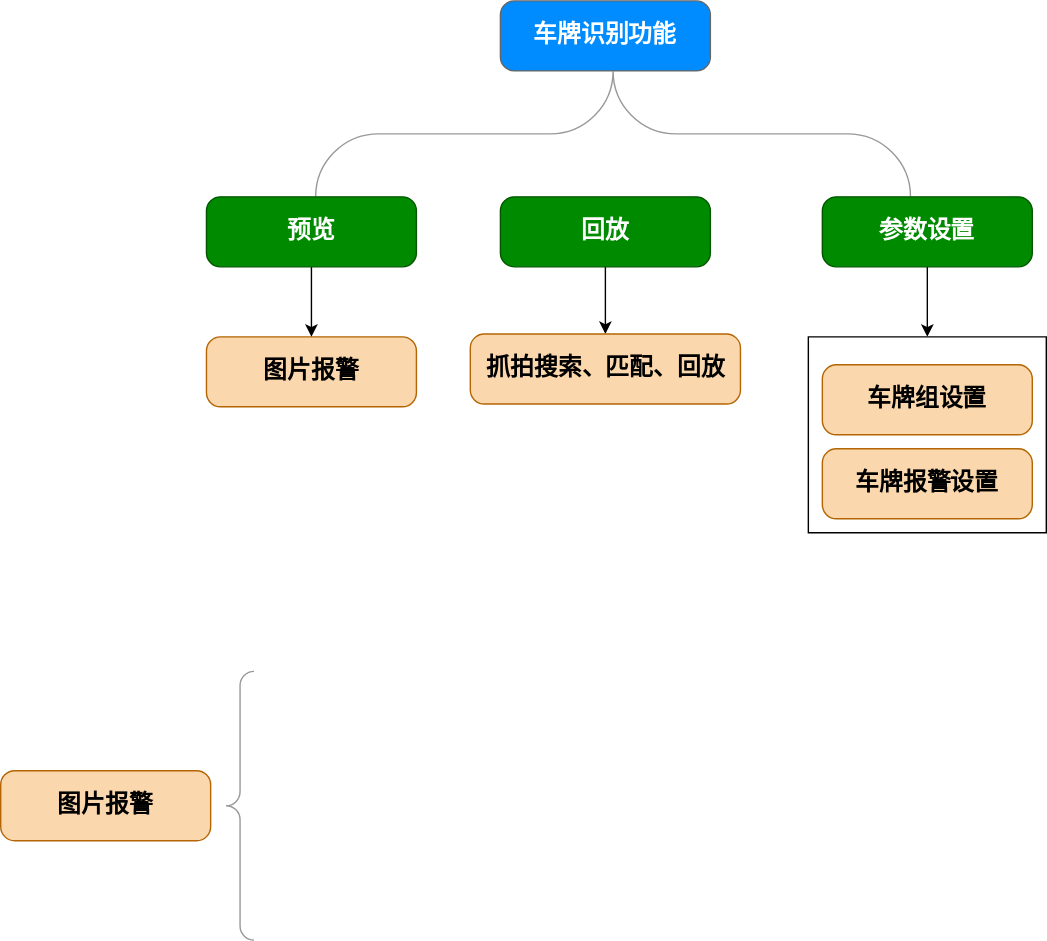
Earlier version of the draw.io export 车牌识别.svg (wing-cen/testPage). Source tidied: cells renumbered, new cells last; positions are measured from the earlier drawing's top-left corner, leaving out a move shared by most shapes.
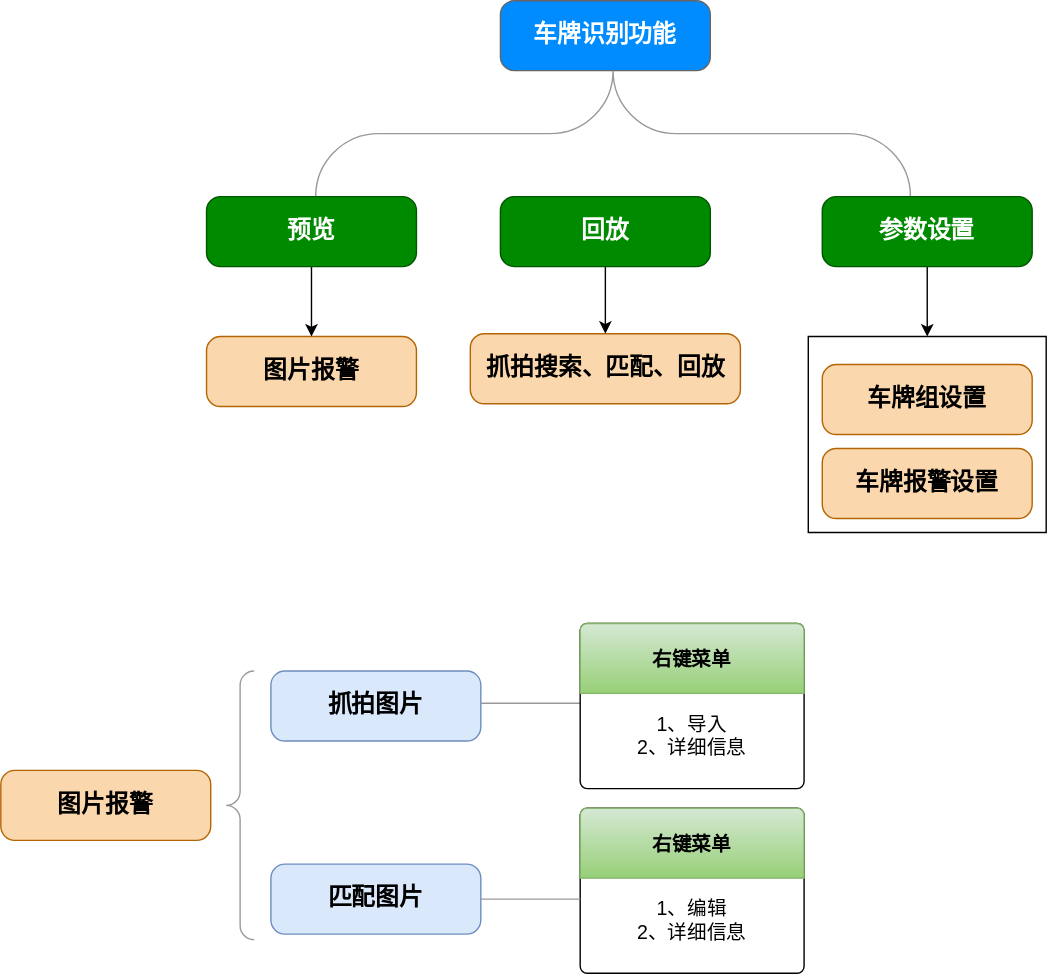
Above is the later version.

Commit message:
更新车牌识别.svg

What changed in the source:
```diff
@@ -49,5 +49,29 @@
     <mxCell id="16" value="图片报警" style="strokeWidth=1;shadow=0;dashed=0;align=center;html=1;shape=mxgraph.mockup.buttons.button;strokeColor=#b46504;mainText=;buttonStyle=round;fontSize=17;fontStyle=1;fillColor=#fad7ac;whiteSpace=wrap;" parent="1" vertex="1">
       <mxGeometry y="550" width="150" height="50" as="geometry" />
     </mxCell>
+    <mxCell id="17" value="匹配图片" style="strokeWidth=1;shadow=0;dashed=0;align=center;html=1;shape=mxgraph.mockup.buttons.button;strokeColor=#6c8ebf;mainText=;buttonStyle=round;fontSize=17;fontStyle=1;fillColor=#dae8fc;whiteSpace=wrap;" parent="1" vertex="1">
+      <mxGeometry x="193" y="617" width="150" height="50" as="geometry" />
+    </mxCell>
+    <mxCell id="18" value="抓拍图片" style="strokeWidth=1;shadow=0;dashed=0;align=center;html=1;shape=mxgraph.mockup.buttons.button;strokeColor=#6c8ebf;mainText=;buttonStyle=round;fontSize=17;fontStyle=1;fillColor=#dae8fc;whiteSpace=wrap;" parent="1" vertex="1">
+      <mxGeometry x="193" y="479" width="150" height="50" as="geometry" />
+    </mxCell>
+    <mxCell id="19" style="verticalLabelPosition=bottom;shadow=0;dashed=0;align=center;html=1;verticalAlign=top;strokeWidth=1;shape=mxgraph.mockup.markup.line;strokeColor=#999999;fontColor=#000000;" parent="1" vertex="1">
+      <mxGeometry x="343" y="492" width="71" height="20" as="geometry" />
+    </mxCell>
+    <mxCell id="20" value="1、导入&lt;br&gt;2、详细信息" style="html=1;shadow=0;dashed=0;shape=mxgraph.bootstrap.rrect;rSize=5;html=1;whiteSpace=wrap;verticalAlign=bottom;align=center;spacing=20;spacingBottom=0;fontSize=14;" parent="1" vertex="1">
+      <mxGeometry x="414" y="445" width="160" height="118" as="geometry" />
+    </mxCell>
+    <mxCell id="21" value="&lt;b style=&quot;color: rgb(0, 0, 0); font-size: 12px;&quot;&gt;&lt;font style=&quot;font-size: 14px&quot;&gt;右键菜单&lt;/font&gt;&lt;/b&gt;" style="html=1;shadow=0;dashed=0;shape=mxgraph.bootstrap.topButton;rSize=5;perimeter=none;whiteSpace=wrap;fillColor=#d5e8d4;strokeColor=#82b366;fontSize=18;align=center;spacing=20;gradientColor=#97d077;" parent="20" vertex="1">
+      <mxGeometry width="160" height="50" relative="1" as="geometry" />
+    </mxCell>
+    <mxCell id="22" value="1、编辑&lt;br&gt;2、详细信息" style="html=1;shadow=0;dashed=0;shape=mxgraph.bootstrap.rrect;rSize=5;html=1;whiteSpace=wrap;verticalAlign=bottom;align=center;spacing=20;spacingBottom=0;fontSize=14;" parent="1" vertex="1">
+      <mxGeometry x="414" y="577" width="160" height="118" as="geometry" />
+    </mxCell>
+    <mxCell id="23" value="&lt;b style=&quot;color: rgb(0, 0, 0); font-size: 12px;&quot;&gt;&lt;font style=&quot;font-size: 14px&quot;&gt;右键菜单&lt;/font&gt;&lt;/b&gt;" style="html=1;shadow=0;dashed=0;shape=mxgraph.bootstrap.topButton;rSize=5;perimeter=none;whiteSpace=wrap;fillColor=#d5e8d4;strokeColor=#82b366;fontSize=18;align=center;spacing=20;gradientColor=#97d077;" parent="22" vertex="1">
+      <mxGeometry width="160" height="50" relative="1" as="geometry" />
+    </mxCell>
+    <mxCell id="24" style="verticalLabelPosition=bottom;shadow=0;dashed=0;align=center;html=1;verticalAlign=top;strokeWidth=1;shape=mxgraph.mockup.markup.line;strokeColor=#999999;fontColor=#000000;" parent="1" vertex="1">
+      <mxGeometry x="343" y="632" width="71" height="20" as="geometry" />
+    </mxCell>
   </root>
 </mxGraphModel>
```
